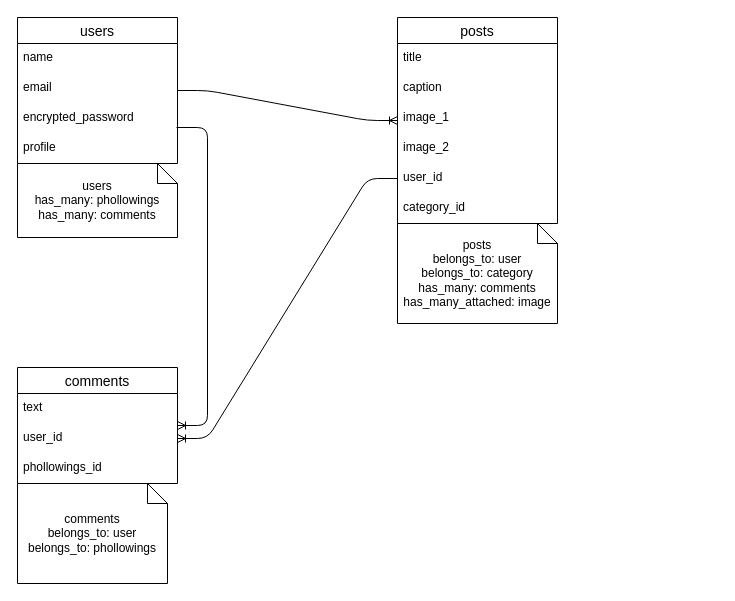
Earlier version of the draw.io diagram ER.drawio (Jumoku-tree/phollowings). Source tidied: cells renumbered, new cells numbered last; positions are measured from the earlier drawing's top-left corner, leaving out a move shared by most shapes. Both pictures are drawn from the tidied source at 100%, with x=0, y=0 at pixel (17, 17).
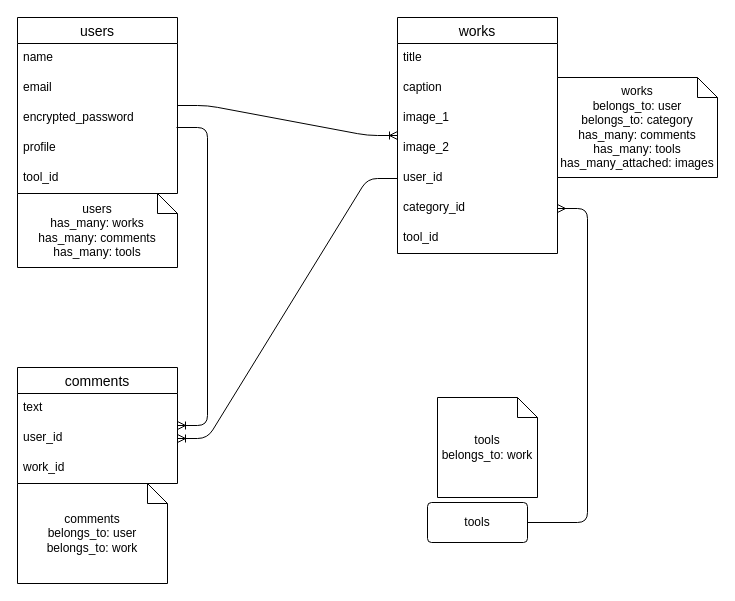
The same page after the edit.

The change refers to these unchanged cells:
```xml
<mxCell id="13" value="category_id" style="text;strokeColor=none;fillColor=none;spacingLeft=4;spacingRight=4;overflow=hidden;points=[[0,0.5],[1,0.5]];portConstraint=eastwest;fontSize=12;" parent="7" vertex="1">
  <mxGeometry y="176" width="160" height="30" as="geometry" />
</mxCell>
<mxCell id="14" value="comments" style="swimlane;fontStyle=0;horizontal=1;startSize=26;align=center;fontSize=14;" parent="1" vertex="1">
  <mxGeometry y="350" width="160" height="116" as="geometry" />
</mxCell>
```

Change to the diagram source:
```diff
@@
     <mxCell id="2" value="users" style="swimlane;fontStyle=0;horizontal=1;startSize=26;align=center;fontSize=14;" parent="1" vertex="1">
-      <mxGeometry width="160" height="146" as="geometry" />
+      <mxGeometry width="160" height="176" as="geometry" />
     </mxCell>
@@
+    <mxCell id="24" value="tool_id" style="text;strokeColor=none;fillColor=none;spacingLeft=4;spacingRight=4;overflow=hidden;fontSize=12;" parent="2" vertex="1">
+      <mxGeometry y="146" width="160" height="30" as="geometry" />
+    </mxCell>
-    <mxCell id="7" value="posts" style="swimlane;fontStyle=0;horizontal=1;startSize=26;align=center;fontSize=14;" parent="1" vertex="1">
-      <mxGeometry x="380" width="160" height="206" as="geometry" />
+    <mxCell id="7" value="works" style="swimlane;fontStyle=0;horizontal=1;startSize=26;align=center;fontSize=14;" parent="1" vertex="1">
+      <mxGeometry x="380" width="160" height="236" as="geometry" />
     </mxCell>
@@
+    <mxCell id="25" value="tool_id" style="text;strokeColor=none;fillColor=none;spacingLeft=4;spacingRight=4;overflow=hidden;fontSize=12;" parent="7" vertex="1">
+      <mxGeometry y="206" width="160" height="30" as="geometry" />
+    </mxCell>
@@
-    <mxCell id="17" value="phollowings_id" style="text;strokeColor=none;fillColor=none;spacingLeft=4;spacingRight=4;overflow=hidden;fontSize=12;" parent="14" vertex="1">
+    <mxCell id="17" value="work_id" style="text;strokeColor=none;fillColor=none;spacingLeft=4;spacingRight=4;overflow=hidden;fontSize=12;" parent="14" vertex="1">
       <mxGeometry y="86" width="160" height="30" as="geometry" />
     </mxCell>
@@
-    <mxCell id="21" value="users&lt;br&gt;has_many: phollowings&lt;br&gt;has_many: comments" style="shape=note;size=20;whiteSpace=wrap;html=1;" parent="1" vertex="1">
-      <mxGeometry y="146" width="160" height="74" as="geometry" />
+    <mxCell id="21" value="users&lt;br&gt;has_many: works&lt;br&gt;has_many: comments&lt;br&gt;has_many: tools" style="shape=note;size=20;whiteSpace=wrap;html=1;" parent="1" vertex="1">
+      <mxGeometry y="176" width="160" height="74" as="geometry" />
     </mxCell>
-    <mxCell id="22" value="posts&lt;br&gt;belongs_to: user&lt;br&gt;belongs_to: category&lt;br&gt;has_many: comments&lt;br&gt;has_many_attached: image" style="shape=note;size=20;whiteSpace=wrap;html=1;" parent="1" vertex="1">
-      <mxGeometry x="380" y="206" width="160" height="100" as="geometry" />
+    <mxCell id="22" value="works&lt;br&gt;belongs_to: user&lt;br&gt;belongs_to: category&lt;br&gt;has_many: comments&lt;br&gt;has_many: tools&lt;br&gt;has_many_attached: images" style="shape=note;size=20;whiteSpace=wrap;html=1;" parent="1" vertex="1">
+      <mxGeometry x="540" y="60" width="160" height="100" as="geometry" />
     </mxCell>
-    <mxCell id="23" value="comments&lt;br&gt;belongs_to: user&lt;br&gt;belongs_to: phollowings" style="shape=note;size=20;whiteSpace=wrap;html=1;" parent="1" vertex="1">
+    <mxCell id="23" value="comments&lt;br&gt;belongs_to: user&lt;br&gt;belongs_to: work" style="shape=note;size=20;whiteSpace=wrap;html=1;" parent="1" vertex="1">
       <mxGeometry y="466" width="150" height="100" as="geometry" />
     </mxCell>
+    <mxCell id="26" value="tools" style="rounded=1;arcSize=10;whiteSpace=wrap;html=1;align=center;" parent="1" vertex="1">
+      <mxGeometry x="410" y="485" width="100" height="40" as="geometry" />
+    </mxCell>
+    <mxCell id="27" style="edgeStyle=entityRelationEdgeStyle;fontSize=12;html=1;endArrow=ERmany;exitX=1;exitY=0.5;exitDx=0;exitDy=0;" parent="1" edge="1" source="26" target="13">
+      <mxGeometry relative="1" as="geometry" />
+    </mxCell>
+    <mxCell id="28" value="tools&lt;br&gt;belongs_to: work" style="shape=note;size=20;whiteSpace=wrap;html=1;" parent="1" vertex="1">
+      <mxGeometry x="420" y="380" width="100" height="100" as="geometry" />
+    </mxCell>
```
